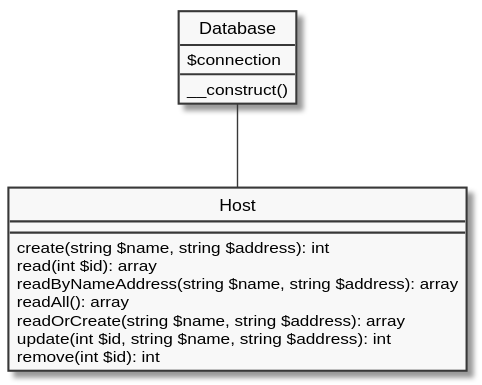
Before: stdlib/pdo/codes/host-address/assets/model-database.svg, a diagram exported from PlantUML (ifpb/php-guide).
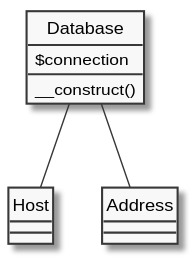
Above is the later version.

Commit message:
update host address

Change to the diagram source:
```diff
@@ -9,14 +9,11 @@
 }
 
 class Host {
-  create(string $name, string $address): int
-  read(int $id): array
-  readByNameAddress(string $name, string $address): array
-  readAll(): array
-  readOrCreate(string $name, string $address): array
-  update(int $id, string $name, string $address): int
-  remove(int $id): int
+}
+
+class Address {
 }
 
 Database -- Host
+Database -- Address
 @enduml
```
